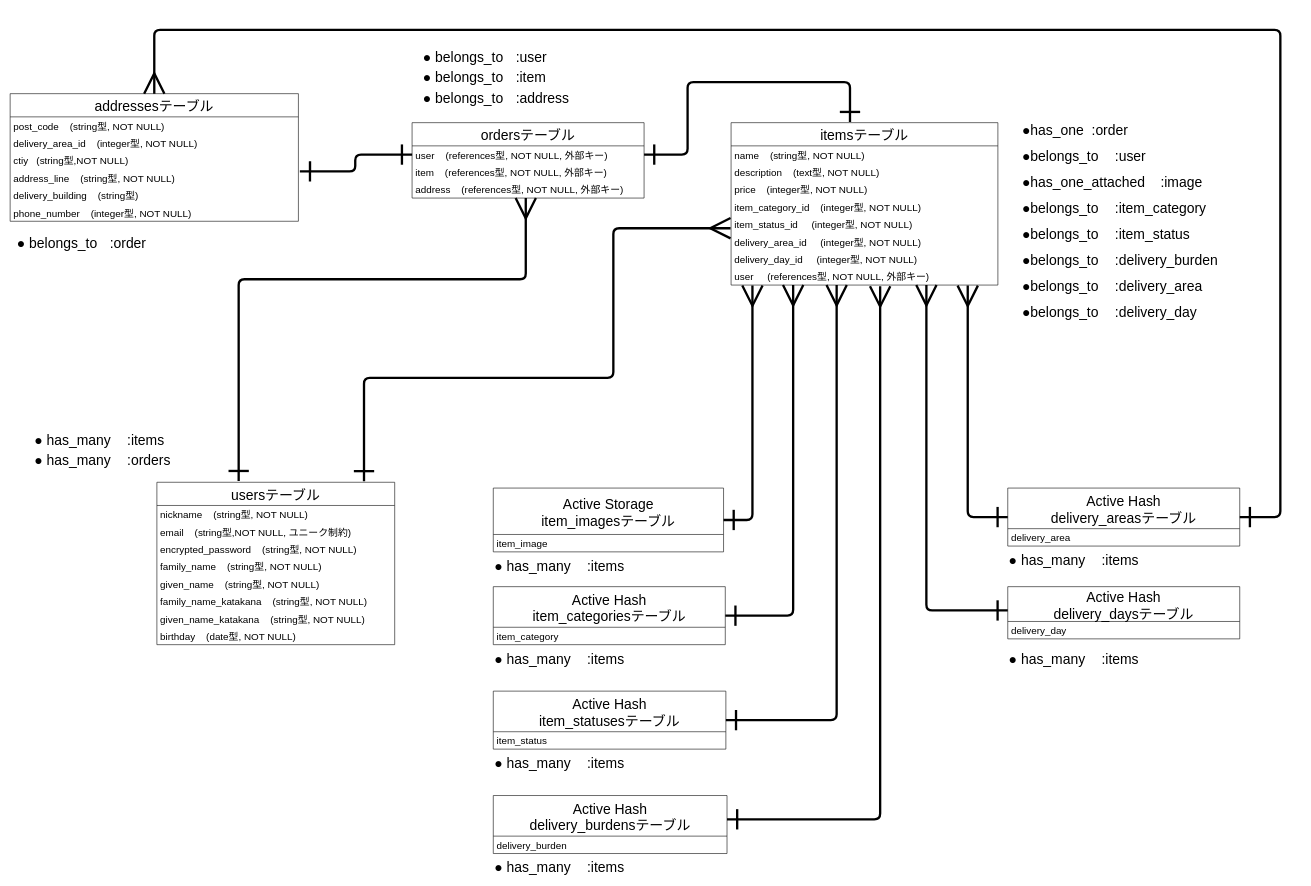
Earlier version of the draw.io diagram 相関図.dio (torako-san/furima-37647). Source tidied: cells renumbered, new cells numbered last; positions are measured from the earlier drawing's top-left corner, leaving out a move shared by most shapes. Both pictures are drawn from the tidied source at 58%, with x=0, y=0 at pixel (10, 30).
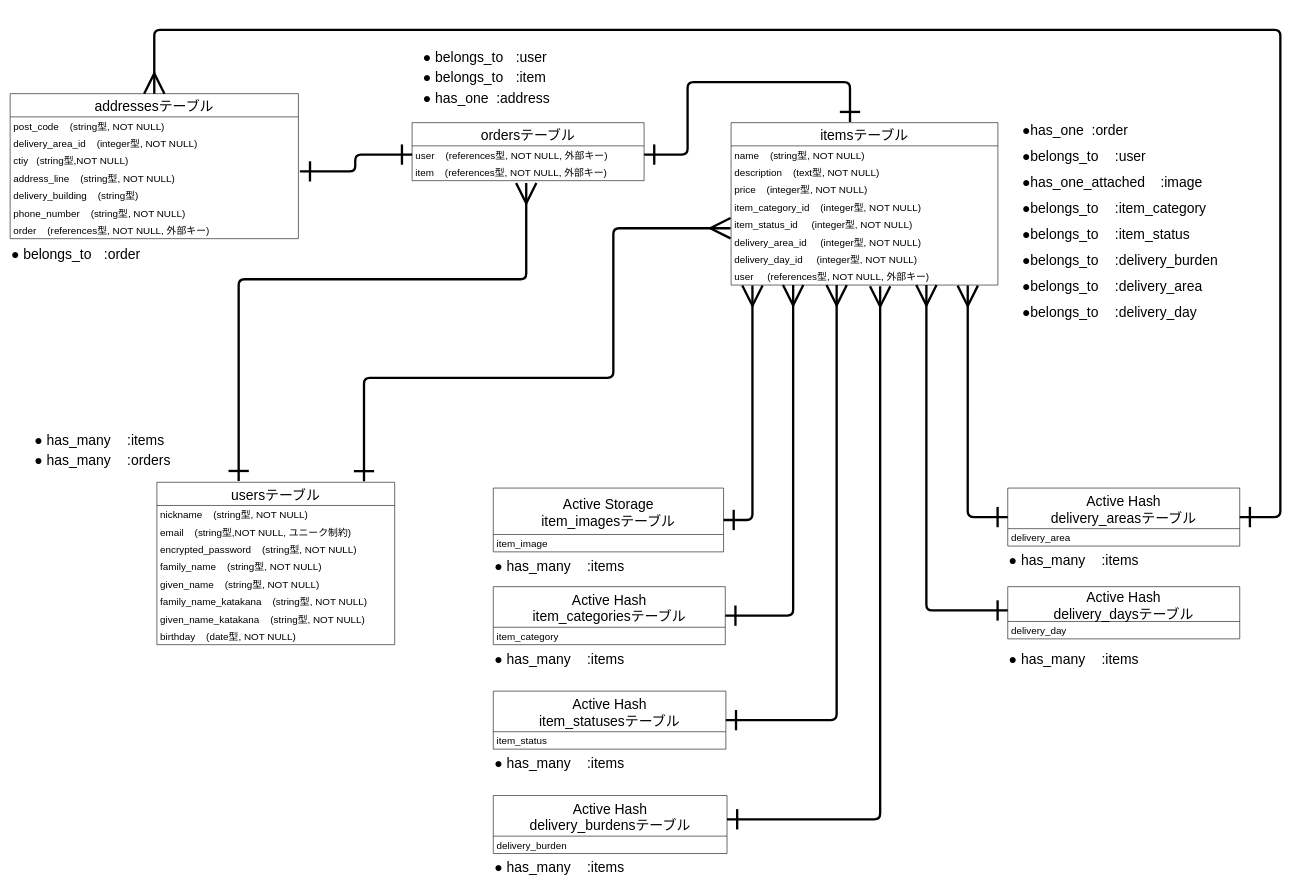
The same diagram, later.

Commit message (it also covers changes not shown here):
データベース設計の修正

The change refers to these unchanged cells:
```xml
<mxCell id="22" value="item    (references型, NOT NULL, 外部キー)" style="text;strokeColor=none;fillColor=none;align=left;verticalAlign=middle;spacingLeft=4;spacingRight=4;overflow=hidden;points=[[0,0.5],[1,0.5]];portConstraint=eastwest;fontSize=17;" parent="20" vertex="1">
  <mxGeometry y="70" width="400" height="30" as="geometry" />
</mxCell>
```

What changed in the source:
```diff
@@
     <mxCell id="20" value="ordersテーブル" style="swimlane;fontStyle=0;horizontal=1;startSize=40;fontSize=24;" parent="1" vertex="1">
-      <mxGeometry x="693" y="160" width="400" height="130" as="geometry" />
+      <mxGeometry x="693" y="160" width="400" height="100" as="geometry" />
     </mxCell>
@@
-    <mxCell id="23" value="address    (references型, NOT NULL, 外部キー)" style="text;strokeColor=none;fillColor=none;align=left;verticalAlign=middle;spacingLeft=4;spacingRight=4;overflow=hidden;points=[[0,0.5],[1,0.5]];portConstraint=eastwest;fontSize=17;" parent="20" vertex="1">
-      <mxGeometry y="100" width="400" height="30" as="geometry" />
-    </mxCell>
-    <mxCell id="24" style="edgeStyle=orthogonalEdgeStyle;html=1;jumpSize=7;strokeWidth=4;endArrow=ERmany;endFill=0;endSize=30;fontSize=15;startArrow=ERone;startFill=0;startSize=30;" parent="1" edge="1" target="23">
+    <mxCell id="24" style="edgeStyle=orthogonalEdgeStyle;html=1;jumpSize=7;strokeWidth=4;endArrow=ERmany;endFill=0;endSize=30;fontSize=15;startArrow=ERone;startFill=0;startSize=30;entryX=0.492;entryY=1.138;entryDx=0;entryDy=0;entryPerimeter=0;" parent="1" edge="1" target="22">
       <mxGeometry relative="1" as="geometry">
         <mxPoint x="394" y="778" as="sourcePoint" />
         <Array as="points">
-          <mxPoint x="394" y="778" />
           <mxPoint x="394" y="430" />
-          <mxPoint x="889" y="430" />
+          <mxPoint x="890" y="430" />
         </Array>
       </mxGeometry>
     </mxCell>
@@
     <mxCell id="60" value="addressesテーブル" style="swimlane;fontStyle=0;horizontal=1;startSize=40;fontSize=24;" parent="1" vertex="1">
-      <mxGeometry y="110" width="497" height="220" as="geometry" />
+      <mxGeometry y="110" width="497" height="250" as="geometry" />
     </mxCell>
@@
+    <mxCell id="76" value="phone_number    (string型, NOT NULL)" style="text;strokeColor=none;fillColor=none;align=left;verticalAlign=middle;spacingLeft=4;spacingRight=4;overflow=hidden;fontSize=17;" parent="60" vertex="1">
+      <mxGeometry y="190" width="497" height="30" as="geometry" />
+    </mxCell>
-    <mxCell id="66" value="phone_number    (integer型, NOT NULL)" style="text;strokeColor=none;fillColor=none;align=left;verticalAlign=middle;spacingLeft=4;spacingRight=4;overflow=hidden;fontSize=17;" parent="60" vertex="1">
-      <mxGeometry y="190" width="497" height="30" as="geometry" />
+    <mxCell id="66" value="order    (references型, NOT NULL, 外部キー)" style="text;strokeColor=none;fillColor=none;align=left;verticalAlign=middle;spacingLeft=4;spacingRight=4;overflow=hidden;fontSize=17;" parent="60" vertex="1">
+      <mxGeometry y="220" width="497" height="30" as="geometry" />
     </mxCell>
@@
-    <mxCell id="71" value="● belongs_to&lt;span style=&quot;white-space: pre&quot;&gt;&#9;&lt;/span&gt;:address" style="text;html=1;strokeColor=none;fillColor=none;align=left;verticalAlign=middle;whiteSpace=wrap;rounded=0;fontSize=24;" parent="1" vertex="1">
+    <mxCell id="71" value="● has_one&amp;nbsp; :address" style="text;html=1;strokeColor=none;fillColor=none;align=left;verticalAlign=middle;whiteSpace=wrap;rounded=0;fontSize=24;" parent="1" vertex="1">
       <mxGeometry x="710" y="100" width="300" height="35" as="geometry" />
     </mxCell>
@@
     <mxCell id="75" value="● belongs_to&lt;span style=&quot;white-space: pre&quot;&gt;&#9;&lt;/span&gt;:order" style="text;html=1;strokeColor=none;fillColor=none;align=left;verticalAlign=middle;whiteSpace=wrap;rounded=0;fontSize=24;" parent="1" vertex="1">
-      <mxGeometry x="10" y="350" width="300" height="35" as="geometry" />
+      <mxGeometry y="370" width="300" height="35" as="geometry" />
     </mxCell>
```
